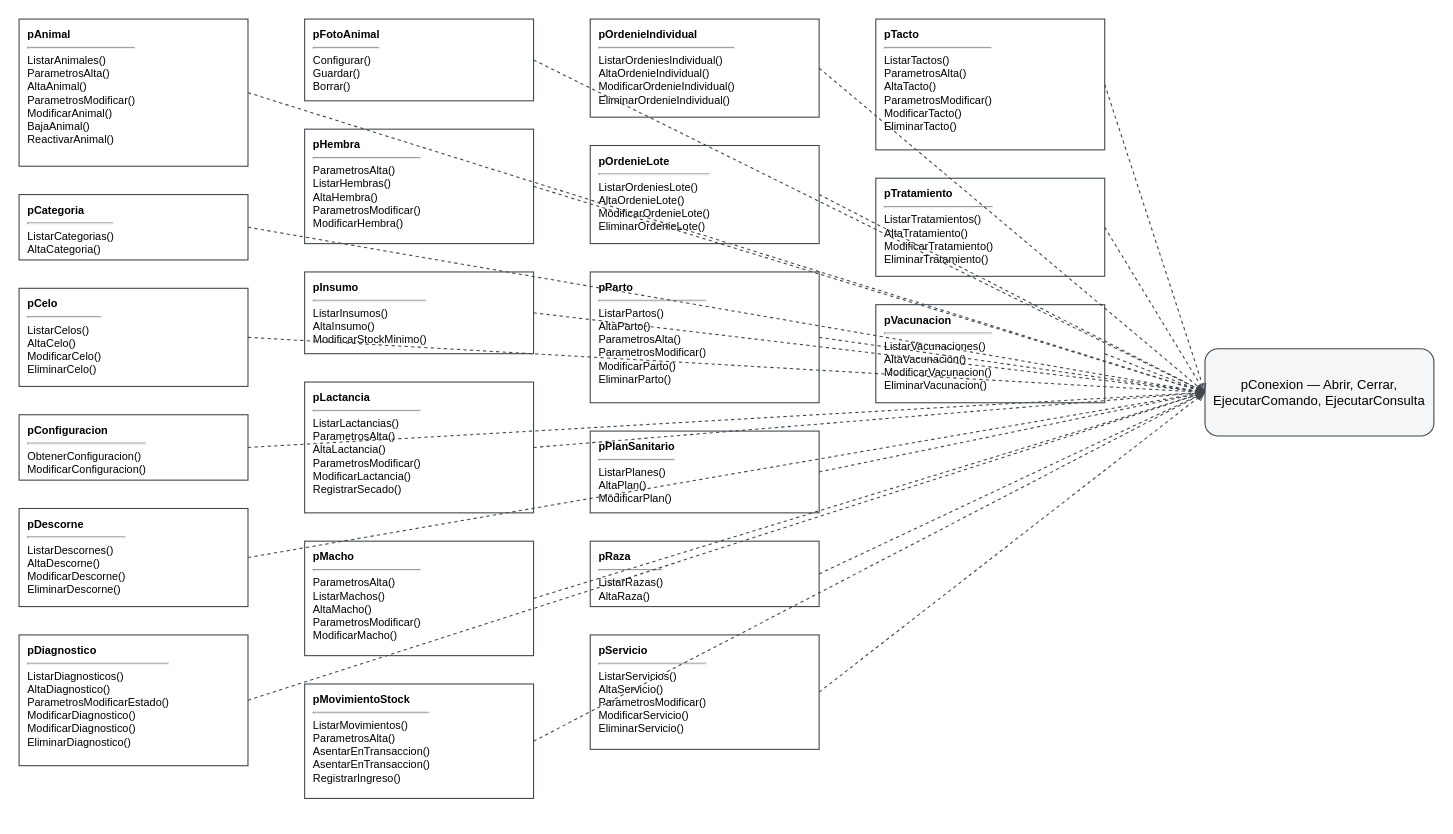
This is docs/diagramas/persistencia-clases.drawio from santinodelmonte/Tesis, a draw.io file, before an edit. Source tidied: cells renumbered, new cells numbered last; positions are measured from the earlier drawing's top-left corner, leaving out a move shared by most shapes. Both pictures are drawn from the tidied source at 109%, with x=0, y=0 at pixel (19, 19).
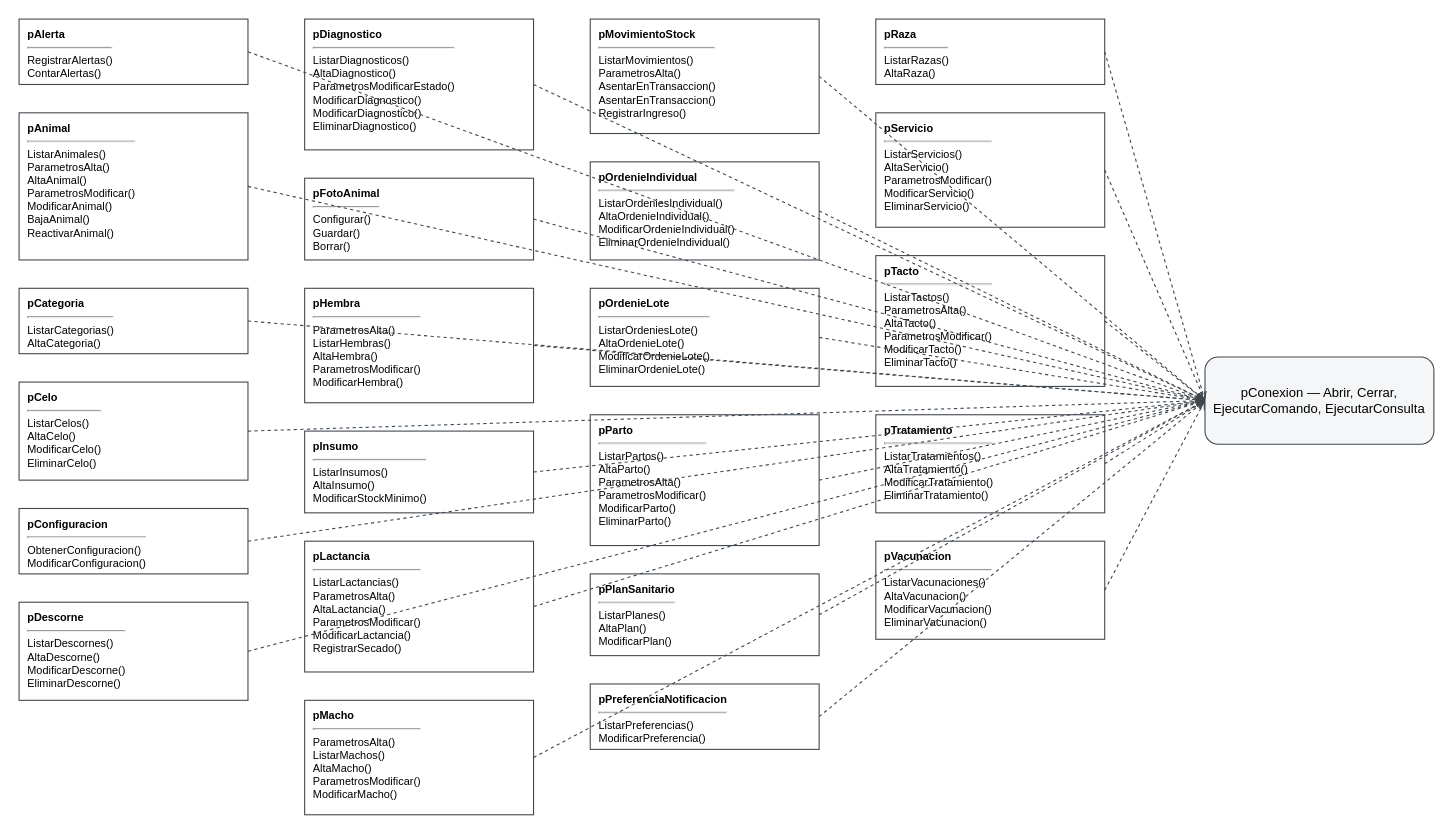
The same page after the edit.

The edit, as a diff of the source:
```diff
@@
     <mxCell id="2" value="pConexion — Abrir, Cerrar, EjecutarComando, EjecutarConsulta" style="rounded=1;whiteSpace=wrap;html=1;fillColor=#f4f6f8;strokeColor=#40484f;" parent="1" vertex="1">
-      <mxGeometry x="1088" y="302.5" width="210" height="80" as="geometry" />
+      <mxGeometry x="1088" y="310" width="210" height="80" as="geometry" />
     </mxCell>
-    <mxCell id="3" value="&lt;b&gt;pAnimal&lt;/b&gt;&lt;hr&gt;ListarAnimales()&lt;br&gt;ParametrosAlta()&lt;br&gt;AltaAnimal()&lt;br&gt;ParametrosModificar()&lt;br&gt;ModificarAnimal()&lt;br&gt;BajaAnimal()&lt;br&gt;ReactivarAnimal()" style="rounded=0;whiteSpace=wrap;html=1;fillColor=#ffffff;strokeColor=#40484f;align=left;verticalAlign=top;spacingLeft=6;spacingTop=2;fontSize=10;" parent="1" vertex="1">
-      <mxGeometry width="210" height="135" as="geometry" />
+    <mxCell id="3" value="&lt;b&gt;pAlerta&lt;/b&gt;&lt;hr&gt;RegistrarAlertas()&lt;br&gt;ContarAlertas()" style="rounded=0;whiteSpace=wrap;html=1;fillColor=#ffffff;strokeColor=#40484f;align=left;verticalAlign=top;spacingLeft=6;spacingTop=2;fontSize=10;" parent="1" vertex="1">
+      <mxGeometry width="210" height="60" as="geometry" />
     </mxCell>
-    <mxCell id="4" value="&lt;b&gt;pCategoria&lt;/b&gt;&lt;hr&gt;ListarCategorias()&lt;br&gt;AltaCategoria()" style="rounded=0;whiteSpace=wrap;html=1;fillColor=#ffffff;strokeColor=#40484f;align=left;verticalAlign=top;spacingLeft=6;spacingTop=2;fontSize=10;" parent="1" vertex="1">
-      <mxGeometry y="161" width="210" height="60" as="geometry" />
+    <mxCell id="4" value="&lt;b&gt;pAnimal&lt;/b&gt;&lt;hr&gt;ListarAnimales()&lt;br&gt;ParametrosAlta()&lt;br&gt;AltaAnimal()&lt;br&gt;ParametrosModificar()&lt;br&gt;ModificarAnimal()&lt;br&gt;BajaAnimal()&lt;br&gt;ReactivarAnimal()" style="rounded=0;whiteSpace=wrap;html=1;fillColor=#ffffff;strokeColor=#40484f;align=left;verticalAlign=top;spacingLeft=6;spacingTop=2;fontSize=10;" parent="1" vertex="1">
+      <mxGeometry y="86" width="210" height="135" as="geometry" />
     </mxCell>
-    <mxCell id="5" value="&lt;b&gt;pCelo&lt;/b&gt;&lt;hr&gt;ListarCelos()&lt;br&gt;AltaCelo()&lt;br&gt;ModificarCelo()&lt;br&gt;EliminarCelo()" style="rounded=0;whiteSpace=wrap;html=1;fillColor=#ffffff;strokeColor=#40484f;align=left;verticalAlign=top;spacingLeft=6;spacingTop=2;fontSize=10;" parent="1" vertex="1">
-      <mxGeometry y="247" width="210" height="90" as="geometry" />
+    <mxCell id="5" value="&lt;b&gt;pCategoria&lt;/b&gt;&lt;hr&gt;ListarCategorias()&lt;br&gt;AltaCategoria()" style="rounded=0;whiteSpace=wrap;html=1;fillColor=#ffffff;strokeColor=#40484f;align=left;verticalAlign=top;spacingLeft=6;spacingTop=2;fontSize=10;" parent="1" vertex="1">
+      <mxGeometry y="247" width="210" height="60" as="geometry" />
     </mxCell>
-    <mxCell id="6" value="&lt;b&gt;pConfiguracion&lt;/b&gt;&lt;hr&gt;ObtenerConfiguracion()&lt;br&gt;ModificarConfiguracion()" style="rounded=0;whiteSpace=wrap;html=1;fillColor=#ffffff;strokeColor=#40484f;align=left;verticalAlign=top;spacingLeft=6;spacingTop=2;fontSize=10;" parent="1" vertex="1">
-      <mxGeometry y="363" width="210" height="60" as="geometry" />
+    <mxCell id="6" value="&lt;b&gt;pCelo&lt;/b&gt;&lt;hr&gt;ListarCelos()&lt;br&gt;AltaCelo()&lt;br&gt;ModificarCelo()&lt;br&gt;EliminarCelo()" style="rounded=0;whiteSpace=wrap;html=1;fillColor=#ffffff;strokeColor=#40484f;align=left;verticalAlign=top;spacingLeft=6;spacingTop=2;fontSize=10;" parent="1" vertex="1">
+      <mxGeometry y="333" width="210" height="90" as="geometry" />
     </mxCell>
-    <mxCell id="7" value="&lt;b&gt;pDescorne&lt;/b&gt;&lt;hr&gt;ListarDescornes()&lt;br&gt;AltaDescorne()&lt;br&gt;ModificarDescorne()&lt;br&gt;EliminarDescorne()" style="rounded=0;whiteSpace=wrap;html=1;fillColor=#ffffff;strokeColor=#40484f;align=left;verticalAlign=top;spacingLeft=6;spacingTop=2;fontSize=10;" parent="1" vertex="1">
-      <mxGeometry y="449" width="210" height="90" as="geometry" />
+    <mxCell id="7" value="&lt;b&gt;pConfiguracion&lt;/b&gt;&lt;hr&gt;ObtenerConfiguracion()&lt;br&gt;ModificarConfiguracion()" style="rounded=0;whiteSpace=wrap;html=1;fillColor=#ffffff;strokeColor=#40484f;align=left;verticalAlign=top;spacingLeft=6;spacingTop=2;fontSize=10;" parent="1" vertex="1">
+      <mxGeometry y="449" width="210" height="60" as="geometry" />
     </mxCell>
-    <mxCell id="8" value="&lt;b&gt;pDiagnostico&lt;/b&gt;&lt;hr&gt;ListarDiagnosticos()&lt;br&gt;AltaDiagnostico()&lt;br&gt;ParametrosModificarEstado()&lt;br&gt;ModificarDiagnostico()&lt;br&gt;ModificarDiagnostico()&lt;br&gt;EliminarDiagnostico()" style="rounded=0;whiteSpace=wrap;html=1;fillColor=#ffffff;strokeColor=#40484f;align=left;verticalAlign=top;spacingLeft=6;spacingTop=2;fontSize=10;" parent="1" vertex="1">
-      <mxGeometry y="565" width="210" height="120" as="geometry" />
+    <mxCell id="8" value="&lt;b&gt;pDescorne&lt;/b&gt;&lt;hr&gt;ListarDescornes()&lt;br&gt;AltaDescorne()&lt;br&gt;ModificarDescorne()&lt;br&gt;EliminarDescorne()" style="rounded=0;whiteSpace=wrap;html=1;fillColor=#ffffff;strokeColor=#40484f;align=left;verticalAlign=top;spacingLeft=6;spacingTop=2;fontSize=10;" parent="1" vertex="1">
+      <mxGeometry y="535" width="210" height="90" as="geometry" />
     </mxCell>
-    <mxCell id="9" value="&lt;b&gt;pFotoAnimal&lt;/b&gt;&lt;hr&gt;Configurar()&lt;br&gt;Guardar()&lt;br&gt;Borrar()" style="rounded=0;whiteSpace=wrap;html=1;fillColor=#ffffff;strokeColor=#40484f;align=left;verticalAlign=top;spacingLeft=6;spacingTop=2;fontSize=10;" parent="1" vertex="1">
-      <mxGeometry x="262" width="210" height="75" as="geometry" />
+    <mxCell id="9" value="&lt;b&gt;pDiagnostico&lt;/b&gt;&lt;hr&gt;ListarDiagnosticos()&lt;br&gt;AltaDiagnostico()&lt;br&gt;ParametrosModificarEstado()&lt;br&gt;ModificarDiagnostico()&lt;br&gt;ModificarDiagnostico()&lt;br&gt;EliminarDiagnostico()" style="rounded=0;whiteSpace=wrap;html=1;fillColor=#ffffff;strokeColor=#40484f;align=left;verticalAlign=top;spacingLeft=6;spacingTop=2;fontSize=10;" parent="1" vertex="1">
+      <mxGeometry x="262" width="210" height="120" as="geometry" />
     </mxCell>
-    <mxCell id="10" value="&lt;b&gt;pHembra&lt;/b&gt;&lt;hr&gt;ParametrosAlta()&lt;br&gt;ListarHembras()&lt;br&gt;AltaHembra()&lt;br&gt;ParametrosModificar()&lt;br&gt;ModificarHembra()" style="rounded=0;whiteSpace=wrap;html=1;fillColor=#ffffff;strokeColor=#40484f;align=left;verticalAlign=top;spacingLeft=6;spacingTop=2;fontSize=10;" parent="1" vertex="1">
-      <mxGeometry x="262" y="101" width="210" height="105" as="geometry" />
+    <mxCell id="10" value="&lt;b&gt;pFotoAnimal&lt;/b&gt;&lt;hr&gt;Configurar()&lt;br&gt;Guardar()&lt;br&gt;Borrar()" style="rounded=0;whiteSpace=wrap;html=1;fillColor=#ffffff;strokeColor=#40484f;align=left;verticalAlign=top;spacingLeft=6;spacingTop=2;fontSize=10;" parent="1" vertex="1">
+      <mxGeometry x="262" y="146" width="210" height="75" as="geometry" />
     </mxCell>
-    <mxCell id="11" value="&lt;b&gt;pInsumo&lt;/b&gt;&lt;hr&gt;ListarInsumos()&lt;br&gt;AltaInsumo()&lt;br&gt;ModificarStockMinimo()" style="rounded=0;whiteSpace=wrap;html=1;fillColor=#ffffff;strokeColor=#40484f;align=left;verticalAlign=top;spacingLeft=6;spacingTop=2;fontSize=10;" parent="1" vertex="1">
-      <mxGeometry x="262" y="232" width="210" height="75" as="geometry" />
+    <mxCell id="11" value="&lt;b&gt;pHembra&lt;/b&gt;&lt;hr&gt;ParametrosAlta()&lt;br&gt;ListarHembras()&lt;br&gt;AltaHembra()&lt;br&gt;ParametrosModificar()&lt;br&gt;ModificarHembra()" style="rounded=0;whiteSpace=wrap;html=1;fillColor=#ffffff;strokeColor=#40484f;align=left;verticalAlign=top;spacingLeft=6;spacingTop=2;fontSize=10;" parent="1" vertex="1">
+      <mxGeometry x="262" y="247" width="210" height="105" as="geometry" />
     </mxCell>
-    <mxCell id="12" value="&lt;b&gt;pLactancia&lt;/b&gt;&lt;hr&gt;ListarLactancias()&lt;br&gt;ParametrosAlta()&lt;br&gt;AltaLactancia()&lt;br&gt;ParametrosModificar()&lt;br&gt;ModificarLactancia()&lt;br&gt;RegistrarSecado()" style="rounded=0;whiteSpace=wrap;html=1;fillColor=#ffffff;strokeColor=#40484f;align=left;verticalAlign=top;spacingLeft=6;spacingTop=2;fontSize=10;" parent="1" vertex="1">
-      <mxGeometry x="262" y="333" width="210" height="120" as="geometry" />
+    <mxCell id="12" value="&lt;b&gt;pInsumo&lt;/b&gt;&lt;hr&gt;ListarInsumos()&lt;br&gt;AltaInsumo()&lt;br&gt;ModificarStockMinimo()" style="rounded=0;whiteSpace=wrap;html=1;fillColor=#ffffff;strokeColor=#40484f;align=left;verticalAlign=top;spacingLeft=6;spacingTop=2;fontSize=10;" parent="1" vertex="1">
+      <mxGeometry x="262" y="378" width="210" height="75" as="geometry" />
     </mxCell>
-    <mxCell id="13" value="&lt;b&gt;pMacho&lt;/b&gt;&lt;hr&gt;ParametrosAlta()&lt;br&gt;ListarMachos()&lt;br&gt;AltaMacho()&lt;br&gt;ParametrosModificar()&lt;br&gt;ModificarMacho()" style="rounded=0;whiteSpace=wrap;html=1;fillColor=#ffffff;strokeColor=#40484f;align=left;verticalAlign=top;spacingLeft=6;spacingTop=2;fontSize=10;" parent="1" vertex="1">
-      <mxGeometry x="262" y="479" width="210" height="105" as="geometry" />
+    <mxCell id="13" value="&lt;b&gt;pLactancia&lt;/b&gt;&lt;hr&gt;ListarLactancias()&lt;br&gt;ParametrosAlta()&lt;br&gt;AltaLactancia()&lt;br&gt;ParametrosModificar()&lt;br&gt;ModificarLactancia()&lt;br&gt;RegistrarSecado()" style="rounded=0;whiteSpace=wrap;html=1;fillColor=#ffffff;strokeColor=#40484f;align=left;verticalAlign=top;spacingLeft=6;spacingTop=2;fontSize=10;" parent="1" vertex="1">
+      <mxGeometry x="262" y="479" width="210" height="120" as="geometry" />
     </mxCell>
-    <mxCell id="14" value="&lt;b&gt;pMovimientoStock&lt;/b&gt;&lt;hr&gt;ListarMovimientos()&lt;br&gt;ParametrosAlta()&lt;br&gt;AsentarEnTransaccion()&lt;br&gt;AsentarEnTransaccion()&lt;br&gt;RegistrarIngreso()" style="rounded=0;whiteSpace=wrap;html=1;fillColor=#ffffff;strokeColor=#40484f;align=left;verticalAlign=top;spacingLeft=6;spacingTop=2;fontSize=10;" parent="1" vertex="1">
-      <mxGeometry x="262" y="610" width="210" height="105" as="geometry" />
+    <mxCell id="14" value="&lt;b&gt;pMacho&lt;/b&gt;&lt;hr&gt;ParametrosAlta()&lt;br&gt;ListarMachos()&lt;br&gt;AltaMacho()&lt;br&gt;ParametrosModificar()&lt;br&gt;ModificarMacho()" style="rounded=0;whiteSpace=wrap;html=1;fillColor=#ffffff;strokeColor=#40484f;align=left;verticalAlign=top;spacingLeft=6;spacingTop=2;fontSize=10;" parent="1" vertex="1">
+      <mxGeometry x="262" y="625" width="210" height="105" as="geometry" />
     </mxCell>
-    <mxCell id="15" value="&lt;b&gt;pOrdenieIndividual&lt;/b&gt;&lt;hr&gt;ListarOrdeniesIndividual()&lt;br&gt;AltaOrdenieIndividual()&lt;br&gt;ModificarOrdenieIndividual()&lt;br&gt;EliminarOrdenieIndividual()" style="rounded=0;whiteSpace=wrap;html=1;fillColor=#ffffff;strokeColor=#40484f;align=left;verticalAlign=top;spacingLeft=6;spacingTop=2;fontSize=10;" parent="1" vertex="1">
-      <mxGeometry x="524" width="210" height="90" as="geometry" />
+    <mxCell id="15" value="&lt;b&gt;pMovimientoStock&lt;/b&gt;&lt;hr&gt;ListarMovimientos()&lt;br&gt;ParametrosAlta()&lt;br&gt;AsentarEnTransaccion()&lt;br&gt;AsentarEnTransaccion()&lt;br&gt;RegistrarIngreso()" style="rounded=0;whiteSpace=wrap;html=1;fillColor=#ffffff;strokeColor=#40484f;align=left;verticalAlign=top;spacingLeft=6;spacingTop=2;fontSize=10;" parent="1" vertex="1">
+      <mxGeometry x="524" width="210" height="105" as="geometry" />
     </mxCell>
-    <mxCell id="16" value="&lt;b&gt;pOrdenieLote&lt;/b&gt;&lt;hr&gt;ListarOrdeniesLote()&lt;br&gt;AltaOrdenieLote()&lt;br&gt;ModificarOrdenieLote()&lt;br&gt;EliminarOrdenieLote()" style="rounded=0;whiteSpace=wrap;html=1;fillColor=#ffffff;strokeColor=#40484f;align=left;verticalAlign=top;spacingLeft=6;spacingTop=2;fontSize=10;" parent="1" vertex="1">
-      <mxGeometry x="524" y="116" width="210" height="90" as="geometry" />
+    <mxCell id="16" value="&lt;b&gt;pOrdenieIndividual&lt;/b&gt;&lt;hr&gt;ListarOrdeniesIndividual()&lt;br&gt;AltaOrdenieIndividual()&lt;br&gt;ModificarOrdenieIndividual()&lt;br&gt;EliminarOrdenieIndividual()" style="rounded=0;whiteSpace=wrap;html=1;fillColor=#ffffff;strokeColor=#40484f;align=left;verticalAlign=top;spacingLeft=6;spacingTop=2;fontSize=10;" parent="1" vertex="1">
+      <mxGeometry x="524" y="131" width="210" height="90" as="geometry" />
     </mxCell>
-    <mxCell id="17" value="&lt;b&gt;pParto&lt;/b&gt;&lt;hr&gt;ListarPartos()&lt;br&gt;AltaParto()&lt;br&gt;ParametrosAlta()&lt;br&gt;ParametrosModificar()&lt;br&gt;ModificarParto()&lt;br&gt;EliminarParto()" style="rounded=0;whiteSpace=wrap;html=1;fillColor=#ffffff;strokeColor=#40484f;align=left;verticalAlign=top;spacingLeft=6;spacingTop=2;fontSize=10;" parent="1" vertex="1">
-      <mxGeometry x="524" y="232" width="210" height="120" as="geometry" />
+    <mxCell id="17" value="&lt;b&gt;pOrdenieLote&lt;/b&gt;&lt;hr&gt;ListarOrdeniesLote()&lt;br&gt;AltaOrdenieLote()&lt;br&gt;ModificarOrdenieLote()&lt;br&gt;EliminarOrdenieLote()" style="rounded=0;whiteSpace=wrap;html=1;fillColor=#ffffff;strokeColor=#40484f;align=left;verticalAlign=top;spacingLeft=6;spacingTop=2;fontSize=10;" parent="1" vertex="1">
+      <mxGeometry x="524" y="247" width="210" height="90" as="geometry" />
     </mxCell>
-    <mxCell id="18" value="&lt;b&gt;pPlanSanitario&lt;/b&gt;&lt;hr&gt;ListarPlanes()&lt;br&gt;AltaPlan()&lt;br&gt;ModificarPlan()" style="rounded=0;whiteSpace=wrap;html=1;fillColor=#ffffff;strokeColor=#40484f;align=left;verticalAlign=top;spacingLeft=6;spacingTop=2;fontSize=10;" parent="1" vertex="1">
-      <mxGeometry x="524" y="378" width="210" height="75" as="geometry" />
+    <mxCell id="18" value="&lt;b&gt;pParto&lt;/b&gt;&lt;hr&gt;ListarPartos()&lt;br&gt;AltaParto()&lt;br&gt;ParametrosAlta()&lt;br&gt;ParametrosModificar()&lt;br&gt;ModificarParto()&lt;br&gt;EliminarParto()" style="rounded=0;whiteSpace=wrap;html=1;fillColor=#ffffff;strokeColor=#40484f;align=left;verticalAlign=top;spacingLeft=6;spacingTop=2;fontSize=10;" parent="1" vertex="1">
+      <mxGeometry x="524" y="363" width="210" height="120" as="geometry" />
     </mxCell>
-    <mxCell id="19" value="&lt;b&gt;pRaza&lt;/b&gt;&lt;hr&gt;ListarRazas()&lt;br&gt;AltaRaza()" style="rounded=0;whiteSpace=wrap;html=1;fillColor=#ffffff;strokeColor=#40484f;align=left;verticalAlign=top;spacingLeft=6;spacingTop=2;fontSize=10;" parent="1" vertex="1">
-      <mxGeometry x="524" y="479" width="210" height="60" as="geometry" />
+    <mxCell id="19" value="&lt;b&gt;pPlanSanitario&lt;/b&gt;&lt;hr&gt;ListarPlanes()&lt;br&gt;AltaPlan()&lt;br&gt;ModificarPlan()" style="rounded=0;whiteSpace=wrap;html=1;fillColor=#ffffff;strokeColor=#40484f;align=left;verticalAlign=top;spacingLeft=6;spacingTop=2;fontSize=10;" parent="1" vertex="1">
+      <mxGeometry x="524" y="509" width="210" height="75" as="geometry" />
     </mxCell>
-    <mxCell id="20" value="&lt;b&gt;pServicio&lt;/b&gt;&lt;hr&gt;ListarServicios()&lt;br&gt;AltaServicio()&lt;br&gt;ParametrosModificar()&lt;br&gt;ModificarServicio()&lt;br&gt;EliminarServicio()" style="rounded=0;whiteSpace=wrap;html=1;fillColor=#ffffff;strokeColor=#40484f;align=left;verticalAlign=top;spacingLeft=6;spacingTop=2;fontSize=10;" parent="1" vertex="1">
-      <mxGeometry x="524" y="565" width="210" height="105" as="geometry" />
+    <mxCell id="20" value="&lt;b&gt;pPreferenciaNotificacion&lt;/b&gt;&lt;hr&gt;ListarPreferencias()&lt;br&gt;ModificarPreferencia()" style="rounded=0;whiteSpace=wrap;html=1;fillColor=#ffffff;strokeColor=#40484f;align=left;verticalAlign=top;spacingLeft=6;spacingTop=2;fontSize=10;" parent="1" vertex="1">
+      <mxGeometry x="524" y="610" width="210" height="60" as="geometry" />
     </mxCell>
-    <mxCell id="21" value="&lt;b&gt;pTacto&lt;/b&gt;&lt;hr&gt;ListarTactos()&lt;br&gt;ParametrosAlta()&lt;br&gt;AltaTacto()&lt;br&gt;ParametrosModificar()&lt;br&gt;ModificarTacto()&lt;br&gt;EliminarTacto()" style="rounded=0;whiteSpace=wrap;html=1;fillColor=#ffffff;strokeColor=#40484f;align=left;verticalAlign=top;spacingLeft=6;spacingTop=2;fontSize=10;" parent="1" vertex="1">
-      <mxGeometry x="786" width="210" height="120" as="geometry" />
+    <mxCell id="21" value="&lt;b&gt;pRaza&lt;/b&gt;&lt;hr&gt;ListarRazas()&lt;br&gt;AltaRaza()" style="rounded=0;whiteSpace=wrap;html=1;fillColor=#ffffff;strokeColor=#40484f;align=left;verticalAlign=top;spacingLeft=6;spacingTop=2;fontSize=10;" parent="1" vertex="1">
+      <mxGeometry x="786" width="210" height="60" as="geometry" />
     </mxCell>
-    <mxCell id="22" value="&lt;b&gt;pTratamiento&lt;/b&gt;&lt;hr&gt;ListarTratamientos()&lt;br&gt;AltaTratamiento()&lt;br&gt;ModificarTratamiento()&lt;br&gt;EliminarTratamiento()" style="rounded=0;whiteSpace=wrap;html=1;fillColor=#ffffff;strokeColor=#40484f;align=left;verticalAlign=top;spacingLeft=6;spacingTop=2;fontSize=10;" parent="1" vertex="1">
-      <mxGeometry x="786" y="146" width="210" height="90" as="geometry" />
+    <mxCell id="22" value="&lt;b&gt;pServicio&lt;/b&gt;&lt;hr&gt;ListarServicios()&lt;br&gt;AltaServicio()&lt;br&gt;ParametrosModificar()&lt;br&gt;ModificarServicio()&lt;br&gt;EliminarServicio()" style="rounded=0;whiteSpace=wrap;html=1;fillColor=#ffffff;strokeColor=#40484f;align=left;verticalAlign=top;spacingLeft=6;spacingTop=2;fontSize=10;" parent="1" vertex="1">
+      <mxGeometry x="786" y="86" width="210" height="105" as="geometry" />
     </mxCell>
-    <mxCell id="23" value="&lt;b&gt;pVacunacion&lt;/b&gt;&lt;hr&gt;ListarVacunaciones()&lt;br&gt;AltaVacunacion()&lt;br&gt;ModificarVacunacion()&lt;br&gt;EliminarVacunacion()" style="rounded=0;whiteSpace=wrap;html=1;fillColor=#ffffff;strokeColor=#40484f;align=left;verticalAlign=top;spacingLeft=6;spacingTop=2;fontSize=10;" parent="1" vertex="1">
-      <mxGeometry x="786" y="262" width="210" height="90" as="geometry" />
+    <mxCell id="23" value="&lt;b&gt;pTacto&lt;/b&gt;&lt;hr&gt;ListarTactos()&lt;br&gt;ParametrosAlta()&lt;br&gt;AltaTacto()&lt;br&gt;ParametrosModificar()&lt;br&gt;ModificarTacto()&lt;br&gt;EliminarTacto()" style="rounded=0;whiteSpace=wrap;html=1;fillColor=#ffffff;strokeColor=#40484f;align=left;verticalAlign=top;spacingLeft=6;spacingTop=2;fontSize=10;" parent="1" vertex="1">
+      <mxGeometry x="786" y="217" width="210" height="120" as="geometry" />
     </mxCell>
+    <mxCell id="45" value="&lt;b&gt;pTratamiento&lt;/b&gt;&lt;hr&gt;ListarTratamientos()&lt;br&gt;AltaTratamiento()&lt;br&gt;ModificarTratamiento()&lt;br&gt;EliminarTratamiento()" style="rounded=0;whiteSpace=wrap;html=1;fillColor=#ffffff;strokeColor=#40484f;align=left;verticalAlign=top;spacingLeft=6;spacingTop=2;fontSize=10;" parent="1" vertex="1">
+      <mxGeometry x="786" y="363" width="210" height="90" as="geometry" />
+    </mxCell>
+    <mxCell id="46" value="&lt;b&gt;pVacunacion&lt;/b&gt;&lt;hr&gt;ListarVacunaciones()&lt;br&gt;AltaVacunacion()&lt;br&gt;ModificarVacunacion()&lt;br&gt;EliminarVacunacion()" style="rounded=0;whiteSpace=wrap;html=1;fillColor=#ffffff;strokeColor=#40484f;align=left;verticalAlign=top;spacingLeft=6;spacingTop=2;fontSize=10;" parent="1" vertex="1">
+      <mxGeometry x="786" y="479" width="210" height="90" as="geometry" />
+    </mxCell>
@@
+    <mxCell id="47" style="edgeStyle=none;html=1;strokeColor=#40484f;dashed=1;endArrow=open;exitX=1;exitY=0.5;exitDx=0;exitDy=0;entryX=0;entryY=0.5;entryDx=0;entryDy=0;" parent="1" edge="1" source="45" target="2">
+      <mxGeometry relative="1" as="geometry" />
+    </mxCell>
+    <mxCell id="48" style="edgeStyle=none;html=1;strokeColor=#40484f;dashed=1;endArrow=open;exitX=1;exitY=0.5;exitDx=0;exitDy=0;entryX=0;entryY=0.5;entryDx=0;entryDy=0;" parent="1" edge="1" source="46" target="2">
+      <mxGeometry relative="1" as="geometry" />
+    </mxCell>
```
